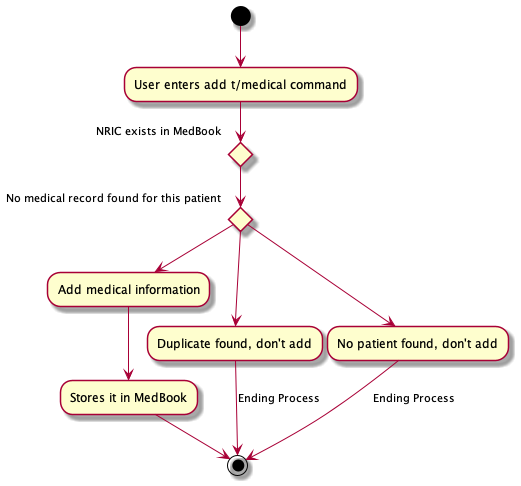
Before: docs/images/AddMedicalActivityDiagram.png, a diagram exported from PlantUML (nus-cs2103-AY2122S2/tp).
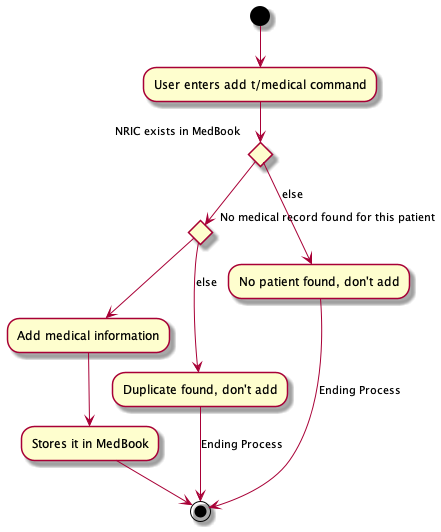
Above is the later version.

Commit message:
Add Find section and fix Add section's diagrams in DG

Change to the diagram source:
```diff
@@ -6,9 +6,10 @@
         --> "Stores it in MedBook"
         --> (*)
       else
-        --> "Duplicate found, don't add"
+        --> [else] "Duplicate found, don't add"
         --> [Ending Process] (*)
+      endif
 else
-  --> "No patient found, don't add"
+  --> [else]"No patient found, don't add"
   --> [Ending Process] (*)
 @enduml
```
